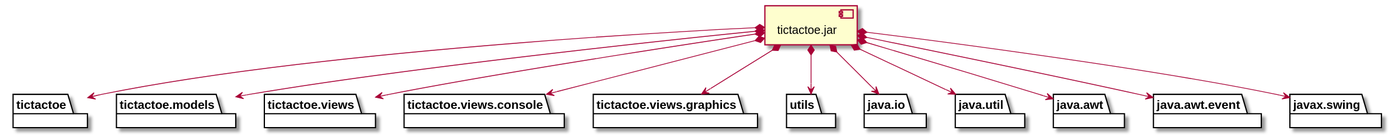
Above: docs/build/docs/asciidoc/images/diagramaImplementacion.svg in x-USantaTecla-game-ticTacToe/java (PlantUML), before the change.
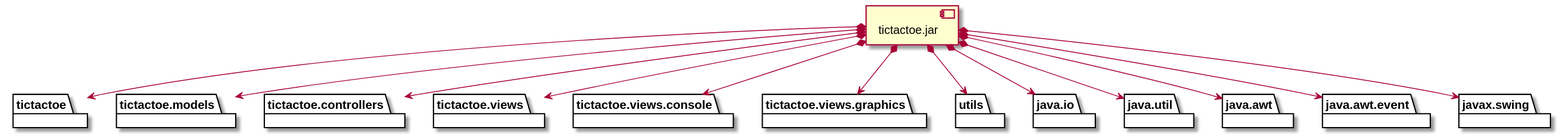
Later version of the same file.

What changed in the source:
```diff
@@ -3,6 +3,8 @@
 package "  "  as tictactoe {
 }
 package "  "  as tictactoe.models {
+}
+package "  "  as tictactoe.controllers {
 }
 package "  "  as tictactoe.views {
 }
@@ -27,6 +29,7 @@
 
 jar *--> tictactoe
 jar *--> tictactoe.models
+jar *--> tictactoe.controllers
 jar *--> tictactoe.views
 jar *--> tictactoe.views.console
 jar *--> tictactoe.views.graphics
```
